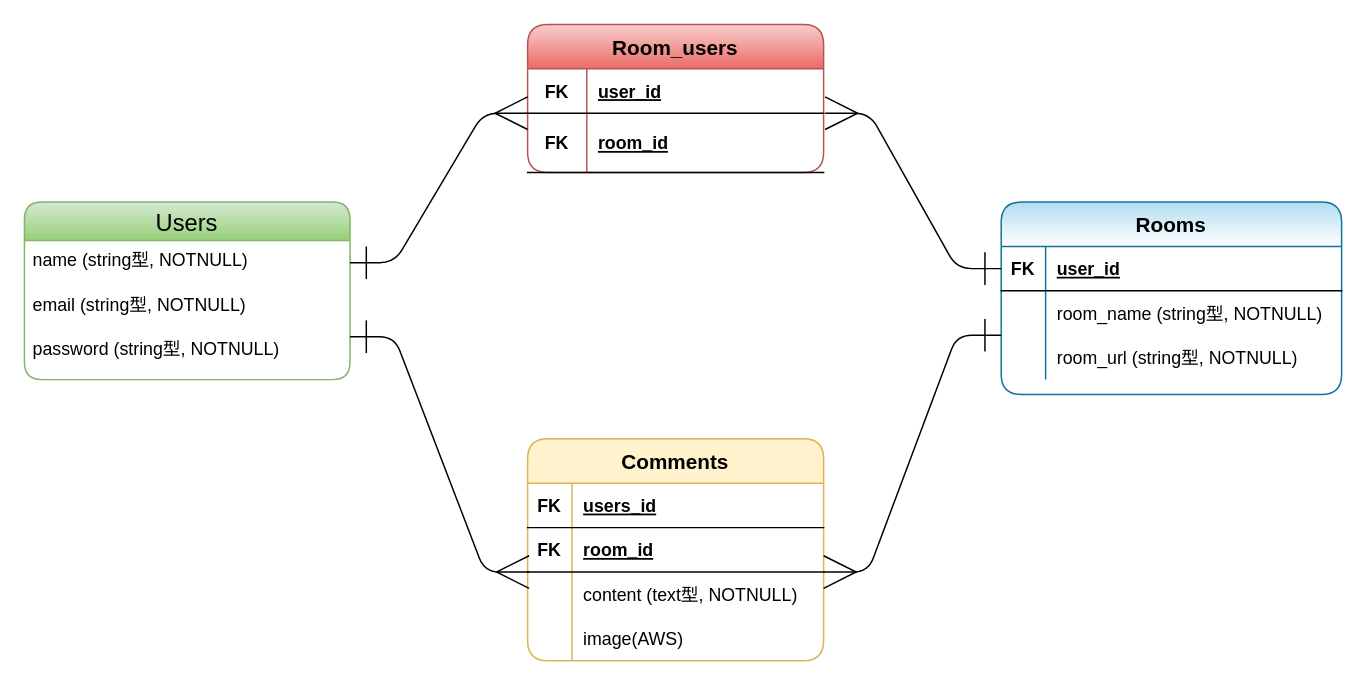
Earlier version of the draw.io diagram meeting.dio (satoshi-takamatsu/meeting_app). Source tidied: cells renumbered, new cells numbered last; positions are measured from the earlier drawing's top-left corner, leaving out a move shared by most shapes. Both pictures are drawn from the tidied source at 148%, with x=0, y=0 at pixel (24, 24).
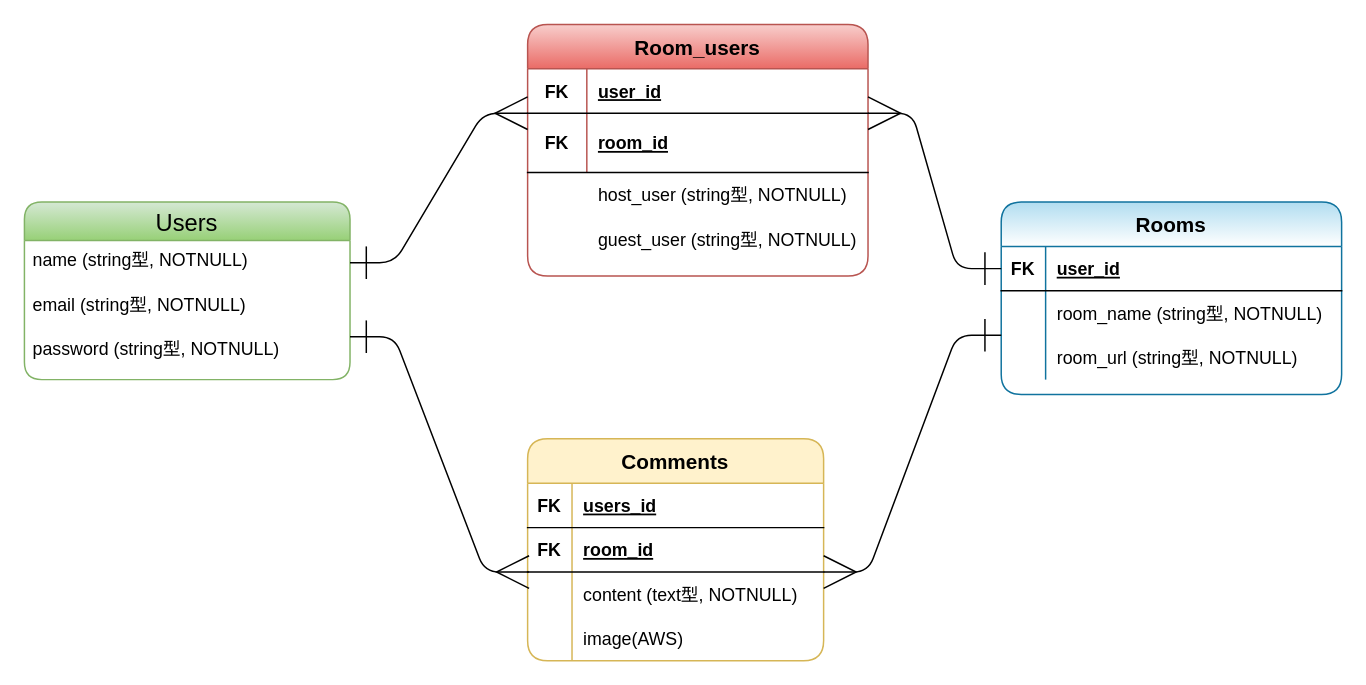
After the change.

Commit message:
room_usersテーブルのカラム追加

Unchanged cells that the change refers to:
```xml
<mxCell id="27" style="shape=partialRectangle;fillColor=none;top=0;left=0;bottom=1;right=0;points=[[0,0.5],[1,0.5]];portConstraint=eastwest;" parent="26" vertex="1">
  <mxGeometry y="30" width="230" height="30" as="geometry" />
</mxCell>
```

Change to the diagram source:
```diff
@@
     <mxCell id="6" value="Room_users" style="shape=table;startSize=30;childLayout=tableLayout;rowLines=0;fontStyle=1;align=center;rounded=1;strokeWidth=1;gradientColor=#ea6b66;fontSize=14;fillColor=#f8cecc;strokeColor=#b85450;fontColor=#000000;" parent="1" vertex="1">
-      <mxGeometry x="340" width="200" height="100" as="geometry" />
+      <mxGeometry x="340" width="230" height="170" as="geometry" />
     </mxCell>
     <mxCell id="7" style="shape=partialRectangle;fillColor=none;top=0;left=0;bottom=1;right=0;" parent="6" vertex="1">
-      <mxGeometry y="30" width="200" height="30" as="geometry" />
+      <mxGeometry y="30" width="230" height="30" as="geometry" />
     </mxCell>
@@
     <mxCell id="9" value="user_id" style="shape=partialRectangle;fillColor=none;top=0;left=0;bottom=0;right=0;align=left;spacingLeft=6;fontStyle=5;overflow=hidden;" parent="7" vertex="1">
-      <mxGeometry x="40" width="160" height="30" as="geometry" />
+      <mxGeometry x="40" width="190" height="30" as="geometry" />
     </mxCell>
     <mxCell id="10" style="shape=partialRectangle;fillColor=none;top=0;left=0;bottom=1;right=0;" parent="6" vertex="1">
-      <mxGeometry y="60" width="200" height="40" as="geometry" />
+      <mxGeometry y="60" width="230" height="40" as="geometry" />
     </mxCell>
@@
     <mxCell id="12" value="room_id" style="shape=partialRectangle;fillColor=none;top=0;left=0;bottom=0;right=0;align=left;spacingLeft=6;fontStyle=5;overflow=hidden;strokeWidth=1;" parent="10" vertex="1">
-      <mxGeometry x="40" width="160" height="40" as="geometry" />
+      <mxGeometry x="40" width="190" height="40" as="geometry" />
     </mxCell>
@@
     <mxCell id="38" style="edgeStyle=entityRelationEdgeStyle;fontSize=12;html=1;endArrow=ERone;entryX=0;entryY=0.5;entryDx=0;entryDy=0;startArrow=ERmany;startFill=0;endFill=0;endSize=20;startSize=20;" parent="1" edge="1" target="27">
       <mxGeometry relative="1" as="geometry">
-        <mxPoint x="541" y="60" as="sourcePoint" />
+        <mxPoint x="570" y="60" as="sourcePoint" />
       </mxGeometry>
     </mxCell>
@@
+    <mxCell id="40" style="shape=partialRectangle;fillColor=none;top=0;left=0;bottom=0;right=0;" parent="1" vertex="1">
+      <mxGeometry x="340" y="90" width="200" height="30" as="geometry" />
+    </mxCell>
+    <mxCell id="41" style="shape=partialRectangle;fillColor=none;top=0;left=0;bottom=0;right=0;overflow=hidden;" parent="40" vertex="1">
+      <mxGeometry width="30" height="30" as="geometry" />
+    </mxCell>
+    <mxCell id="42" value="host_user (string型, NOTNULL)" style="shape=partialRectangle;fillColor=none;top=0;left=0;bottom=0;right=0;align=left;spacingLeft=6;overflow=hidden;" parent="1" vertex="1">
+      <mxGeometry x="380" y="100" width="180" height="30" as="geometry" />
+    </mxCell>
+    <mxCell id="43" value="guest_user (string型, NOTNULL)" style="shape=partialRectangle;fillColor=none;top=0;left=0;bottom=0;right=0;align=left;spacingLeft=6;overflow=hidden;" parent="1" vertex="1">
+      <mxGeometry x="380" y="130" width="190" height="30" as="geometry" />
+    </mxCell>
```
